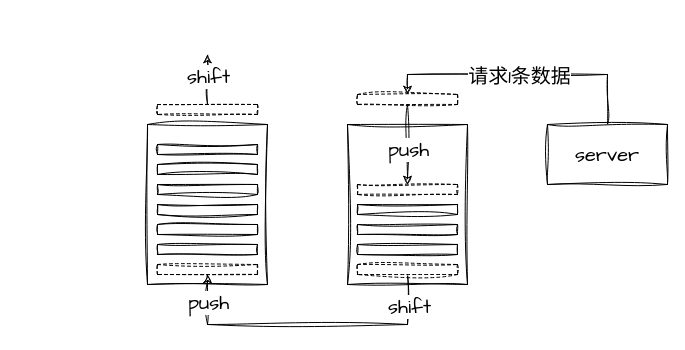
Before: 数据池.drawio in nikolausliu/drawio-repo, a draw.io diagram. Source tidied: cells renumbered, new cells numbered last; positions are measured from the earlier drawing's top-left corner, leaving out a move shared by most shapes. Both pictures are drawn from the tidied source at 100%, with x=0, y=0 at pixel (147, 54).
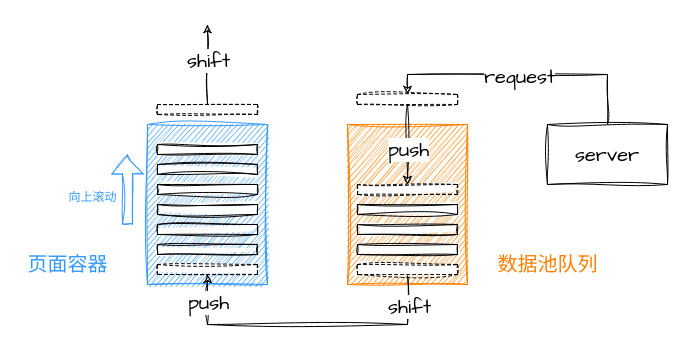
The same diagram, later.

Commit message:
更新数据池.drawio

The change refers to these unchanged cells:
```xml
<mxCell id="13" style="edgeStyle=orthogonalEdgeStyle;rounded=0;sketch=1;hachureGap=4;jiggle=2;curveFitting=1;jettySize=auto;html=1;exitX=0.5;exitY=0;exitDx=0;exitDy=0;entryX=0.5;entryY=0;entryDx=0;entryDy=0;fontFamily=Architects Daughter;fontSize=16;" parent="1" edge="1" source="15" target="18">
  <mxGeometry relative="1" as="geometry" />
</mxCell>
<mxCell id="27" style="rounded=0;whiteSpace=wrap;html=1;sketch=1;hachureGap=4;jiggle=2;curveFitting=1;fontFamily=Architects Daughter;fontSize=20;dashed=1;" parent="1" vertex="1">
  <mxGeometry x="10" y="50" width="100" height="10" as="geometry" />
</mxCell>
```

What changed in the source:
```diff
@@
-    <mxCell id="2" style="rounded=0;whiteSpace=wrap;html=1;sketch=1;hachureGap=4;jiggle=2;curveFitting=1;fontFamily=Architects Daughter;fontSize=20;" parent="1" vertex="1">
+    <mxCell id="2" style="rounded=0;whiteSpace=wrap;html=1;sketch=1;hachureGap=4;jiggle=2;curveFitting=1;fontFamily=Architects Daughter;fontSize=20;fillColor=#3399FF;strokeColor=#3399FF;" parent="1" vertex="1">
       <mxGeometry y="70" width="120" height="160" as="geometry" />
     </mxCell>
-    <mxCell id="3" style="rounded=0;whiteSpace=wrap;html=1;sketch=1;hachureGap=4;jiggle=2;curveFitting=1;fontFamily=Architects Daughter;fontSize=20;" parent="1" vertex="1">
+    <mxCell id="3" style="rounded=0;whiteSpace=wrap;html=1;sketch=1;hachureGap=4;jiggle=2;curveFitting=1;fontFamily=Architects Daughter;fontSize=20;fillColor=#FF8000;strokeColor=#FF8000;" parent="1" vertex="1">
       <mxGeometry x="200" y="70" width="120" height="160" as="geometry" />
     </mxCell>
@@
-    <mxCell id="14" value="请求1条数据" style="edgeLabel;html=1;align=center;verticalAlign=middle;fontSize=20;fontFamily=Architects Daughter;" parent="13" vertex="1">
+    <mxCell id="14" value="request" style="edgeLabel;html=1;align=center;verticalAlign=middle;fontSize=20;fontFamily=Architects Daughter;" parent="13" vertex="1">
       <mxGeometry x="0.03" y="1" relative="1" as="geometry" />
     </mxCell>
@@
     <mxCell id="25" style="edgeStyle=orthogonalEdgeStyle;rounded=0;sketch=1;hachureGap=4;jiggle=2;curveFitting=1;jettySize=auto;html=1;exitX=0.5;exitY=0;exitDx=0;exitDy=0;fontFamily=Architects Daughter;fontSize=16;" parent="1" edge="1" source="27">
       <mxGeometry relative="1" as="geometry">
-        <mxPoint x="60" as="targetPoint" />
+        <mxPoint x="60" y="-30" as="targetPoint" />
       </mxGeometry>
     </mxCell>
@@
+    <mxCell id="28" style="shape=flexArrow;endArrow=classic;html=1;rounded=0;sketch=1;hachureGap=4;jiggle=2;curveFitting=1;fontFamily=Architects Daughter;fontSize=16;strokeColor=#3399FF;" parent="1" edge="1">
+      <mxGeometry relative="1" as="geometry">
+        <mxPoint x="-20" y="170" as="sourcePoint" />
+        <mxPoint x="-20" y="100" as="targetPoint" />
+      </mxGeometry>
+    </mxCell>
+    <mxCell id="29" value="&lt;font color=&quot;#ff8000&quot; face=&quot;Comic Sans MS&quot;&gt;数据池队列&lt;/font&gt;" style="text;html=1;align=center;verticalAlign=middle;strokeColor=none;fillColor=none;fontSize=20;fontFamily=Architects Daughter;" parent="1" vertex="1">
+      <mxGeometry x="340" y="190" width="120" height="40" as="geometry" />
+    </mxCell>
+    <mxCell id="30" value="&lt;font color=&quot;#3399ff&quot; face=&quot;Comic Sans MS&quot;&gt;页面容器&lt;/font&gt;" style="text;html=1;align=center;verticalAlign=middle;strokeColor=none;fillColor=none;fontSize=20;fontFamily=Architects Daughter;" parent="1" vertex="1">
+      <mxGeometry x="-130" y="190" width="100" height="40" as="geometry" />
+    </mxCell>
+    <mxCell id="31" value="&lt;font style=&quot;font-size: 12px;&quot; color=&quot;#3399ff&quot; face=&quot;Comic Sans MS&quot;&gt;向上滚动&lt;/font&gt;" style="text;html=1;align=center;verticalAlign=middle;strokeColor=none;fillColor=none;fontSize=20;fontFamily=Architects Daughter;" parent="1" vertex="1">
+      <mxGeometry x="-90" y="120" width="70" height="40" as="geometry" />
+    </mxCell>
```
